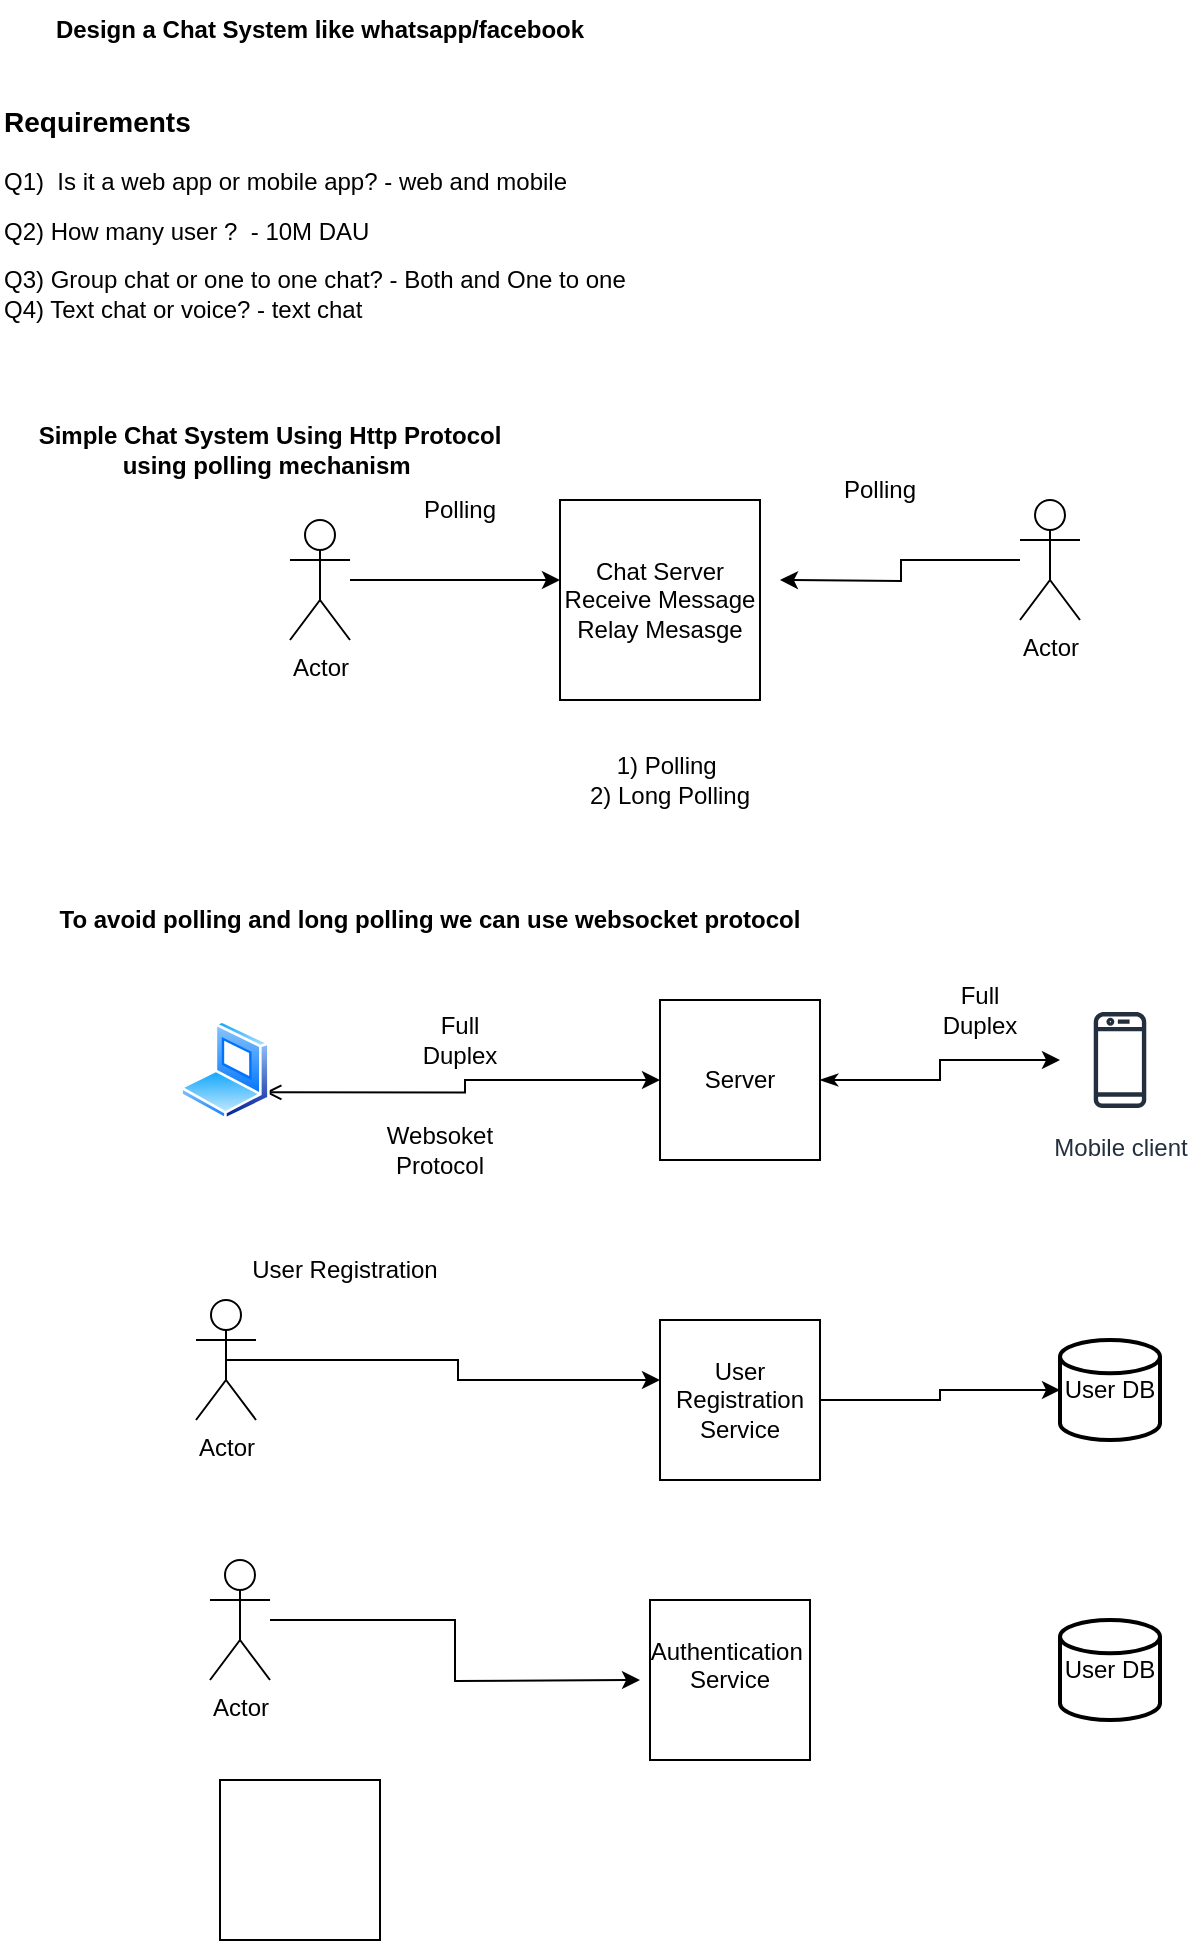
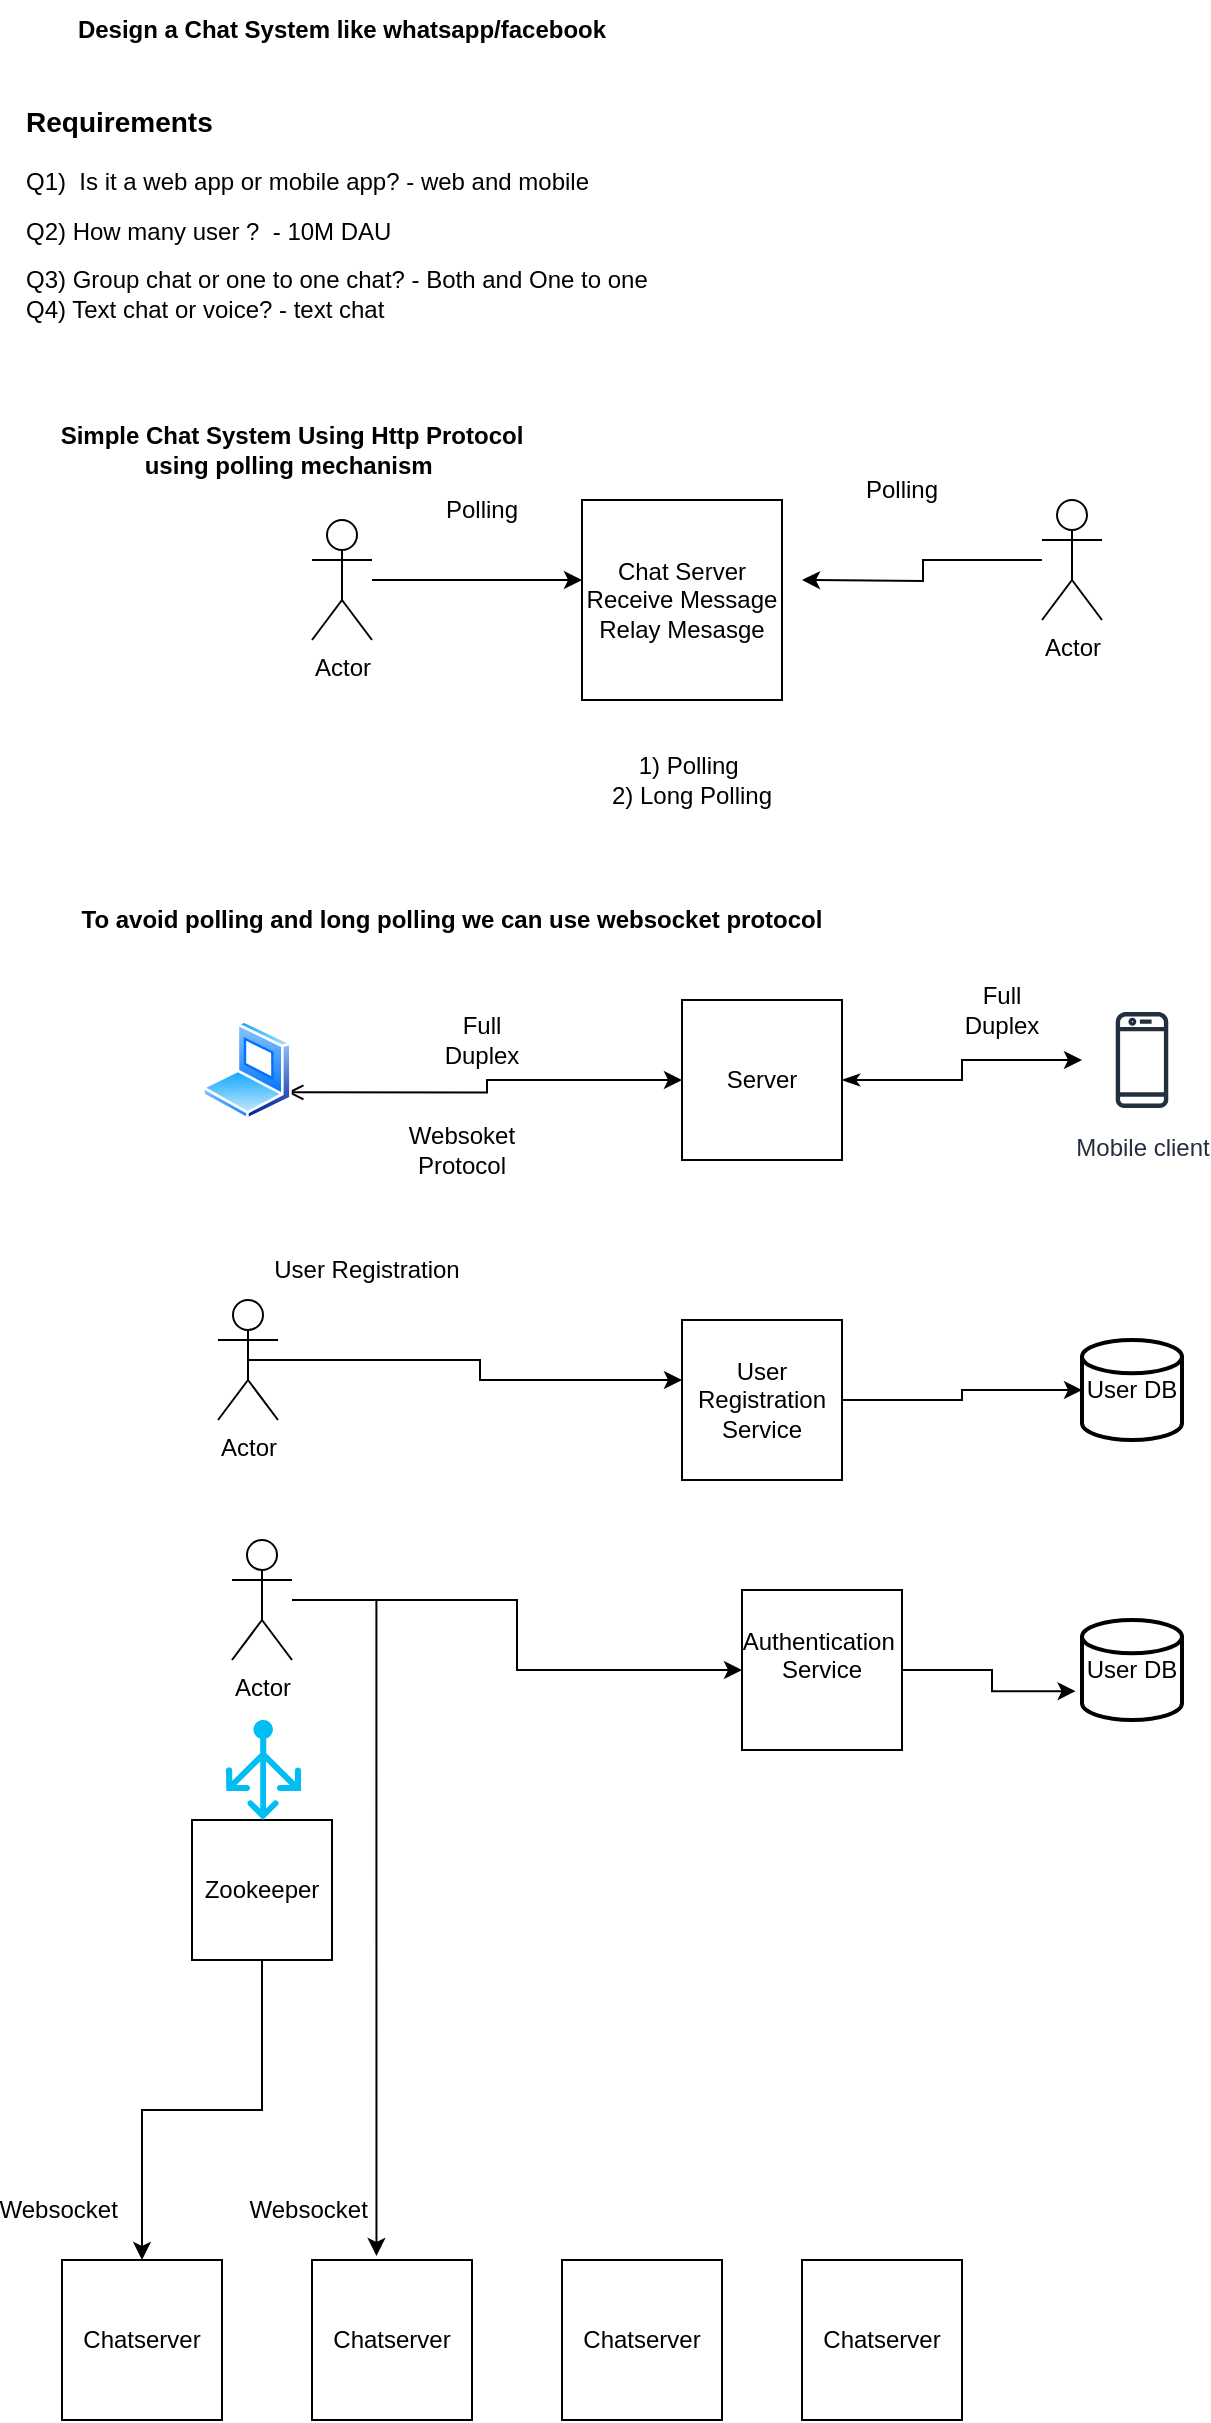
<mxfile host="app.diagrams.net">
  <diagram name="Page-1" id="3ATuJxxzuiHgp-YWyr6O">
    <mxGraphModel dx="1030" dy="569" grid="1" gridSize="10" guides="1" tooltips="1" connect="1" arrows="1" fold="1" page="1" pageScale="1" pageWidth="850" pageHeight="1100" math="0" shadow="0">
      <root>
        <mxCell id="0" />
        <mxCell id="1" parent="0" />
        <mxCell id="vDnc6QM3t7NdxVrkiEKP-1" parent="1" style="text;html=1;whiteSpace=wrap;overflow=hidden;rounded=0;fontSize=10;" value="&lt;h1 style=&quot;margin-top: 0px;&quot;&gt;&lt;font style=&quot;font-size: 14px;&quot;&gt;Requirements&lt;/font&gt;&lt;/h1&gt;&lt;p&gt;&lt;font style=&quot;font-size: 12px;&quot;&gt;Q1)&amp;nbsp; Is it a web app or mobile app?&amp;nbsp;&lt;/font&gt;&lt;span style=&quot;font-size: 12px; background-color: transparent; color: light-dark(rgb(0, 0, 0), rgb(255, 255, 255));&quot;&gt;- web and mobile&lt;/span&gt;&lt;/p&gt;&lt;p&gt;&lt;font style=&quot;font-size: 12px;&quot;&gt;Q2) How many user ?&amp;nbsp; - 10M DAU&lt;/font&gt;&lt;/p&gt;&lt;p&gt;&lt;font style=&quot;font-size: 12px;&quot;&gt;Q3) Group chat or one to one chat? - Both and One to one&lt;br&gt;Q4) Text chat or voice? - text chat&lt;/font&gt;&lt;/p&gt;" vertex="1">
          <mxGeometry height="140" width="380" x="60" y="70" as="geometry" />
        </mxCell>
        <mxCell id="vDnc6QM3t7NdxVrkiEKP-2" parent="1" style="text;html=1;whiteSpace=wrap;strokeColor=none;fillColor=none;align=center;verticalAlign=middle;rounded=0;fontStyle=1" value="Design a Chat System like whatsapp/facebook" vertex="1">
          <mxGeometry height="30" width="300" x="70" y="30" as="geometry" />
        </mxCell>
        <mxCell id="vDnc6QM3t7NdxVrkiEKP-3" parent="1" style="whiteSpace=wrap;html=1;aspect=fixed;" value="Chat Server&lt;br&gt;Receive Message&lt;br&gt;Relay Mesasge" vertex="1">
          <mxGeometry height="100" width="100" x="340" y="280" as="geometry" />
        </mxCell>
        <mxCell id="vDnc6QM3t7NdxVrkiEKP-5" edge="1" parent="1" source="vDnc6QM3t7NdxVrkiEKP-4" style="edgeStyle=orthogonalEdgeStyle;rounded=0;orthogonalLoop=1;jettySize=auto;html=1;">
          <mxGeometry relative="1" as="geometry">
            <mxPoint x="340" y="320" as="targetPoint" />
          </mxGeometry>
        </mxCell>
        <mxCell id="vDnc6QM3t7NdxVrkiEKP-4" parent="1" style="shape=umlActor;verticalLabelPosition=bottom;verticalAlign=top;html=1;outlineConnect=0;" value="Actor" vertex="1">
          <mxGeometry height="60" width="30" x="205" y="290" as="geometry" />
        </mxCell>
        <mxCell id="vDnc6QM3t7NdxVrkiEKP-7" edge="1" parent="1" source="vDnc6QM3t7NdxVrkiEKP-6" style="edgeStyle=orthogonalEdgeStyle;rounded=0;orthogonalLoop=1;jettySize=auto;html=1;">
          <mxGeometry relative="1" as="geometry">
            <mxPoint x="450" y="320" as="targetPoint" />
          </mxGeometry>
        </mxCell>
        <mxCell id="vDnc6QM3t7NdxVrkiEKP-6" parent="1" style="shape=umlActor;verticalLabelPosition=bottom;verticalAlign=top;html=1;outlineConnect=0;" value="Actor" vertex="1">
          <mxGeometry height="60" width="30" x="570" y="280" as="geometry" />
        </mxCell>
        <mxCell id="HQH3foOj0PnZHyx9Auc--1" parent="1" style="text;html=1;whiteSpace=wrap;strokeColor=none;fillColor=none;align=center;verticalAlign=middle;rounded=0;" value="Polling" vertex="1">
          <mxGeometry height="30" width="60" x="470" y="260" as="geometry" />
        </mxCell>
        <mxCell id="HQH3foOj0PnZHyx9Auc--2" parent="1" style="text;html=1;whiteSpace=wrap;strokeColor=none;fillColor=none;align=center;verticalAlign=middle;rounded=0;" value="Polling" vertex="1">
          <mxGeometry height="30" width="60" x="260" y="270" as="geometry" />
        </mxCell>
        <mxCell id="HQH3foOj0PnZHyx9Auc--3" parent="1" style="text;html=1;whiteSpace=wrap;strokeColor=none;fillColor=none;align=center;verticalAlign=middle;rounded=0;" value="1) Polling&amp;nbsp;&lt;br&gt;2) Long Polling" vertex="1">
          <mxGeometry height="40" width="110" x="340" y="400" as="geometry" />
        </mxCell>
        <mxCell id="HQH3foOj0PnZHyx9Auc--4" parent="1" style="text;html=1;whiteSpace=wrap;strokeColor=none;fillColor=none;align=center;verticalAlign=middle;rounded=0;fontStyle=1" value="Simple Chat System Using Http Protocol using polling mechanism&amp;nbsp;" vertex="1">
          <mxGeometry height="30" width="250" x="70" y="240" as="geometry" />
        </mxCell>
        <mxCell id="HQH3foOj0PnZHyx9Auc--5" parent="1" style="text;html=1;whiteSpace=wrap;strokeColor=none;fillColor=none;align=center;verticalAlign=middle;rounded=0;fontStyle=1" value="To avoid polling and long polling we can use websocket protocol" vertex="1">
          <mxGeometry height="20" width="390" x="80" y="480" as="geometry" />
        </mxCell>
        <mxCell id="HQH3foOj0PnZHyx9Auc--8" edge="1" parent="1" source="HQH3foOj0PnZHyx9Auc--6" style="edgeStyle=orthogonalEdgeStyle;rounded=0;orthogonalLoop=1;jettySize=auto;html=1;exitX=1;exitY=0.75;exitDx=0;exitDy=0;startArrow=open;startFill=0;" target="HQH3foOj0PnZHyx9Auc--7">
          <mxGeometry relative="1" as="geometry" />
        </mxCell>
        <mxCell id="HQH3foOj0PnZHyx9Auc--6" parent="1" style="image;aspect=fixed;perimeter=ellipsePerimeter;html=1;align=center;shadow=0;dashed=0;spacingTop=3;image=img/lib/active_directory/laptop_client.svg;" value="" vertex="1">
          <mxGeometry height="50" width="45" x="150" y="540" as="geometry" />
        </mxCell>
        <mxCell id="HQH3foOj0PnZHyx9Auc--11" edge="1" parent="1" source="HQH3foOj0PnZHyx9Auc--7" style="edgeStyle=orthogonalEdgeStyle;rounded=0;orthogonalLoop=1;jettySize=auto;html=1;startArrow=classicThin;startFill=1;" target="HQH3foOj0PnZHyx9Auc--10">
          <mxGeometry relative="1" as="geometry" />
        </mxCell>
        <mxCell id="HQH3foOj0PnZHyx9Auc--7" parent="1" style="whiteSpace=wrap;html=1;aspect=fixed;" value="Server" vertex="1">
          <mxGeometry height="80" width="80" x="390" y="530" as="geometry" />
        </mxCell>
        <mxCell id="HQH3foOj0PnZHyx9Auc--9" parent="1" style="text;html=1;whiteSpace=wrap;strokeColor=none;fillColor=none;align=center;verticalAlign=middle;rounded=0;" value="Full Duplex" vertex="1">
          <mxGeometry height="30" width="60" x="260" y="535" as="geometry" />
        </mxCell>
        <mxCell id="HQH3foOj0PnZHyx9Auc--10" parent="1" style="sketch=0;outlineConnect=0;fontColor=#232F3E;gradientColor=none;strokeColor=#232F3E;fillColor=#ffffff;dashed=0;verticalLabelPosition=bottom;verticalAlign=top;align=center;html=1;fontSize=12;fontStyle=0;aspect=fixed;shape=mxgraph.aws4.resourceIcon;resIcon=mxgraph.aws4.mobile_client;" value="Mobile client" vertex="1">
          <mxGeometry height="60" width="60" x="590" y="530" as="geometry" />
        </mxCell>
        <mxCell id="HQH3foOj0PnZHyx9Auc--12" parent="1" style="text;html=1;whiteSpace=wrap;strokeColor=none;fillColor=none;align=center;verticalAlign=middle;rounded=0;" value="Full Duplex" vertex="1">
          <mxGeometry height="30" width="60" x="520" y="520" as="geometry" />
        </mxCell>
        <mxCell id="HQH3foOj0PnZHyx9Auc--13" parent="1" style="text;html=1;whiteSpace=wrap;strokeColor=none;fillColor=none;align=center;verticalAlign=middle;rounded=0;" value="Websoket Protocol" vertex="1">
          <mxGeometry height="30" width="60" x="250" y="590" as="geometry" />
        </mxCell>
        <mxCell id="HQH3foOj0PnZHyx9Auc--14" parent="1" style="shape=umlActor;verticalLabelPosition=bottom;verticalAlign=top;html=1;outlineConnect=0;" value="Actor" vertex="1">
          <mxGeometry height="60" width="30" x="158" y="680" as="geometry" />
        </mxCell>
        <mxCell id="HQH3foOj0PnZHyx9Auc--19" edge="1" parent="1" source="HQH3foOj0PnZHyx9Auc--15" style="edgeStyle=orthogonalEdgeStyle;rounded=0;orthogonalLoop=1;jettySize=auto;html=1;exitX=1;exitY=0.5;exitDx=0;exitDy=0;" target="HQH3foOj0PnZHyx9Auc--16">
          <mxGeometry relative="1" as="geometry" />
        </mxCell>
        <mxCell id="HQH3foOj0PnZHyx9Auc--15" parent="1" style="whiteSpace=wrap;html=1;aspect=fixed;" value="User Registration&lt;br&gt;Service" vertex="1">
          <mxGeometry height="80" width="80" x="390" y="690" as="geometry" />
        </mxCell>
        <mxCell id="HQH3foOj0PnZHyx9Auc--16" parent="1" style="strokeWidth=2;html=1;shape=mxgraph.flowchart.database;whiteSpace=wrap;" value="User DB" vertex="1">
          <mxGeometry height="50" width="50" x="590" y="700" as="geometry" />
        </mxCell>
        <mxCell id="HQH3foOj0PnZHyx9Auc--18" edge="1" parent="1" source="HQH3foOj0PnZHyx9Auc--14" style="edgeStyle=orthogonalEdgeStyle;rounded=0;orthogonalLoop=1;jettySize=auto;html=1;exitX=0.5;exitY=0.5;exitDx=0;exitDy=0;exitPerimeter=0;entryX=0;entryY=0.375;entryDx=0;entryDy=0;entryPerimeter=0;" target="HQH3foOj0PnZHyx9Auc--15">
          <mxGeometry relative="1" as="geometry" />
        </mxCell>
        <mxCell id="HQH3foOj0PnZHyx9Auc--20" parent="1" style="text;html=1;whiteSpace=wrap;strokeColor=none;fillColor=none;align=center;verticalAlign=middle;rounded=0;" value="User Registration" vertex="1">
          <mxGeometry height="30" width="135" x="165" y="650" as="geometry" />
        </mxCell>
-         <mxCell id="HQH3foOj0PnZHyx9Auc--25" edge="1" parent="1" source="HQH3foOj0PnZHyx9Auc--21" style="edgeStyle=orthogonalEdgeStyle;rounded=0;orthogonalLoop=1;jettySize=auto;html=1;">
+         <mxCell id="HQH3foOj0PnZHyx9Auc--25" edge="1" parent="1" source="HQH3foOj0PnZHyx9Auc--21" style="edgeStyle=orthogonalEdgeStyle;rounded=0;orthogonalLoop=1;jettySize=auto;html=1;entryX=0;entryY=0.5;entryDx=0;entryDy=0;" target="HQH3foOj0PnZHyx9Auc--22">
          <mxGeometry relative="1" as="geometry">
            <mxPoint x="380" y="870" as="targetPoint" />
          </mxGeometry>
        </mxCell>
        <mxCell id="HQH3foOj0PnZHyx9Auc--21" parent="1" style="shape=umlActor;verticalLabelPosition=bottom;verticalAlign=top;html=1;outlineConnect=0;" value="Actor" vertex="1">
-           <mxGeometry height="60" width="30" x="165" y="810" as="geometry" />
+           <mxGeometry height="60" width="30" x="165" y="800" as="geometry" />
        </mxCell>
        <mxCell id="HQH3foOj0PnZHyx9Auc--22" parent="1" style="whiteSpace=wrap;html=1;aspect=fixed;" value="Authentication&amp;nbsp;&lt;br&gt;Service&lt;div&gt;&lt;br&gt;&lt;/div&gt;" vertex="1">
-           <mxGeometry height="80" width="80" x="385" y="830" as="geometry" />
+           <mxGeometry height="80" width="80" x="420" y="825" as="geometry" />
        </mxCell>
        <mxCell id="HQH3foOj0PnZHyx9Auc--23" parent="1" style="strokeWidth=2;html=1;shape=mxgraph.flowchart.database;whiteSpace=wrap;" value="User DB" vertex="1">
          <mxGeometry height="50" width="50" x="590" y="840" as="geometry" />
        </mxCell>
-         <mxCell id="HQH3foOj0PnZHyx9Auc--26" parent="1" style="whiteSpace=wrap;html=1;aspect=fixed;" value="" vertex="1">
-           <mxGeometry height="80" width="80" x="170" y="920" as="geometry" />
+         <mxCell id="HQH3foOj0PnZHyx9Auc--33" edge="1" parent="1" source="HQH3foOj0PnZHyx9Auc--26" style="edgeStyle=orthogonalEdgeStyle;rounded=0;orthogonalLoop=1;jettySize=auto;html=1;" target="HQH3foOj0PnZHyx9Auc--29">
+           <mxGeometry relative="1" as="geometry" />
+         </mxCell>
+         <mxCell id="HQH3foOj0PnZHyx9Auc--26" parent="1" style="whiteSpace=wrap;html=1;aspect=fixed;" value="Zookeeper" vertex="1">
+           <mxGeometry height="70" width="70" x="145" y="940" as="geometry" />
+         </mxCell>
+         <mxCell id="HQH3foOj0PnZHyx9Auc--29" parent="1" style="whiteSpace=wrap;html=1;aspect=fixed;" value="Chatserver" vertex="1">
+           <mxGeometry height="80" width="80" x="80" y="1160" as="geometry" />
+         </mxCell>
+         <mxCell id="HQH3foOj0PnZHyx9Auc--30" parent="1" style="whiteSpace=wrap;html=1;aspect=fixed;" value="Chatserver" vertex="1">
+           <mxGeometry height="80" width="80" x="205" y="1160" as="geometry" />
+         </mxCell>
+         <mxCell id="HQH3foOj0PnZHyx9Auc--31" parent="1" style="whiteSpace=wrap;html=1;aspect=fixed;" value="Chatserver" vertex="1">
+           <mxGeometry height="80" width="80" x="330" y="1160" as="geometry" />
+         </mxCell>
+         <mxCell id="HQH3foOj0PnZHyx9Auc--32" parent="1" style="whiteSpace=wrap;html=1;aspect=fixed;" value="Chatserver" vertex="1">
+           <mxGeometry height="80" width="80" x="450" y="1160" as="geometry" />
+         </mxCell>
+         <mxCell id="HQH3foOj0PnZHyx9Auc--34" edge="1" parent="1" source="HQH3foOj0PnZHyx9Auc--22" style="edgeStyle=orthogonalEdgeStyle;rounded=0;orthogonalLoop=1;jettySize=auto;html=1;entryX=-0.064;entryY=0.712;entryDx=0;entryDy=0;entryPerimeter=0;" target="HQH3foOj0PnZHyx9Auc--23">
+           <mxGeometry relative="1" as="geometry" />
+         </mxCell>
+         <mxCell id="HQH3foOj0PnZHyx9Auc--35" edge="1" parent="1" source="HQH3foOj0PnZHyx9Auc--21" style="edgeStyle=orthogonalEdgeStyle;rounded=0;orthogonalLoop=1;jettySize=auto;html=1;entryX=0.403;entryY=-0.025;entryDx=0;entryDy=0;entryPerimeter=0;" target="HQH3foOj0PnZHyx9Auc--30">
+           <mxGeometry relative="1" as="geometry" />
+         </mxCell>
+         <mxCell id="HQH3foOj0PnZHyx9Auc--36" parent="1" style="verticalLabelPosition=bottom;html=1;verticalAlign=top;align=center;strokeColor=none;fillColor=#00BEF2;shape=mxgraph.azure.load_balancer_generic;pointerEvents=1;" value="" vertex="1">
+           <mxGeometry height="50" width="37.5" x="162" y="890" as="geometry" />
+         </mxCell>
+         <mxCell id="HQH3foOj0PnZHyx9Auc--37" parent="1" style="text;html=1;whiteSpace=wrap;strokeColor=none;fillColor=none;align=center;verticalAlign=middle;rounded=0;" value="Websocket&amp;nbsp;" vertex="1">
+           <mxGeometry height="30" width="60" x="50" y="1120" as="geometry" />
+         </mxCell>
+         <mxCell id="HQH3foOj0PnZHyx9Auc--38" parent="1" style="text;html=1;whiteSpace=wrap;strokeColor=none;fillColor=none;align=center;verticalAlign=middle;rounded=0;" value="Websocket&amp;nbsp;" vertex="1">
+           <mxGeometry height="30" width="60" x="175" y="1120" as="geometry" />
        </mxCell>
      </root>
    </mxGraphModel>
  </diagram>
</mxfile>
